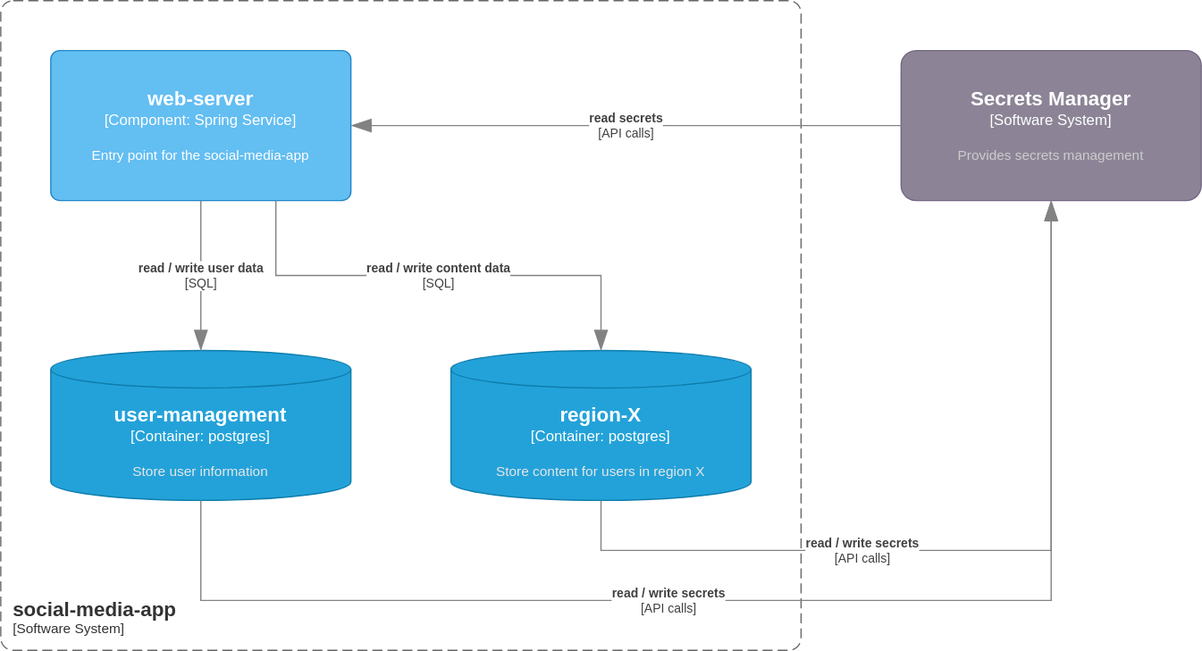
This is docs/diagrams/component-diagram.drawio.svg from andrei-gavrila/DDB, a draw.io export, as it was before one commit. Source tidied: cells renumbered, new cells last; positions are measured from the earlier drawing's top-left corner, leaving out a move shared by most shapes. Its diagram source:
```xml
<mxGraphModel>
  <root>
    <mxCell id="0" />
    <mxCell id="1" parent="0" />
    <object id="2" label="&lt;font style=&quot;font-size: 16px&quot;&gt;&lt;b&gt;&lt;div style=&quot;text-align: left&quot;&gt;%c4Name%&lt;/div&gt;&lt;/b&gt;&lt;/font&gt;&lt;div style=&quot;text-align: left&quot;&gt;[%c4Application%]&lt;/div&gt;" c4Application="Software System" c4Name="social-media-app" c4Type="SystemScopeBoundary" placeholders="1">
      <mxCell style="rounded=1;fontSize=11;whiteSpace=wrap;html=1;dashed=1;arcSize=20;fillColor=none;strokeColor=#666666;fontColor=#333333;labelBackgroundColor=none;align=left;verticalAlign=bottom;labelBorderColor=none;spacingTop=0;spacing=10;dashPattern=8 4;perimeter=rectanglePerimeter;noLabel=0;labelPadding=0;absoluteArcSize=1;" parent="1" vertex="1">
        <mxGeometry width="640" height="520" as="geometry" />
      </mxCell>
    </object>
    <object id="3" label="&lt;font style=&quot;font-size: 16px&quot;&gt;&lt;b&gt;%c4Name%&lt;/b&gt;&lt;/font&gt;&lt;div&gt;[%c4Type%]&lt;/div&gt;&lt;br&gt;&lt;div&gt;&lt;font style=&quot;font-size: 11px&quot;&gt;&lt;font color=&quot;#cccccc&quot;&gt;%c4Description%&lt;/font&gt;&lt;/div&gt;" c4Description="Provides secrets management" c4Name="Secrets Manager" c4Type="Software System" placeholders="1">
      <mxCell style="rounded=1;whiteSpace=wrap;html=1;labelBackgroundColor=none;fillColor=#8C8496;fontColor=#ffffff;align=center;arcSize=10;strokeColor=#736782;points=[[0.25,0,0],[0.5,0,0],[0.75,0,0],[1,0.25,0],[1,0.5,0],[1,0.75,0],[0.75,1,0],[0.5,1,0],[0.25,1,0],[0,0.75,0],[0,0.5,0],[0,0.25,0]];" parent="1" vertex="1">
        <mxGeometry x="720" y="40" width="240" height="120" as="geometry" />
      </mxCell>
    </object>
    <object id="4" label="&lt;font style=&quot;font-size: 16px&quot;&gt;&lt;b&gt;%c4Name%&lt;/b&gt;&lt;/font&gt;&lt;div&gt;[%c4Type%: %c4Technology%]&lt;/div&gt;&lt;br&gt;&lt;div&gt;&lt;font style=&quot;font-size: 11px&quot;&gt;%c4Description%&lt;/font&gt;&lt;/div&gt;" c4Description="Entry point for the social-media-app" c4Name="web-server" c4Technology="Spring Service" c4Type="Component" placeholders="1">
      <mxCell style="rounded=1;whiteSpace=wrap;html=1;labelBackgroundColor=none;fillColor=#63BEF2;fontColor=#ffffff;align=center;arcSize=6;strokeColor=#2086C9;points=[[0.25,0,0],[0.5,0,0],[0.75,0,0],[1,0.25,0],[1,0.5,0],[1,0.75,0],[0.75,1,0],[0.5,1,0],[0.25,1,0],[0,0.75,0],[0,0.5,0],[0,0.25,0]];" parent="1" vertex="1">
        <mxGeometry x="40" y="40" width="240" height="120" as="geometry" />
      </mxCell>
    </object>
    <object id="5" label="&lt;font style=&quot;font-size: 16px&quot;&gt;&lt;b&gt;%c4Name%&lt;/b&gt;&lt;/font&gt;&lt;div&gt;[%c4Type%:&amp;nbsp;%c4Technology%]&lt;/div&gt;&lt;br&gt;&lt;div&gt;&lt;font style=&quot;font-size: 11px&quot;&gt;&lt;font color=&quot;#E6E6E6&quot;&gt;%c4Description%&lt;/font&gt;&lt;/div&gt;" c4Description="Store user information" c4Name="user-management" c4Technology="postgres" c4Type="Container" placeholders="1">
      <mxCell style="shape=cylinder3;size=15;whiteSpace=wrap;html=1;boundedLbl=1;rounded=0;labelBackgroundColor=none;fillColor=#23A2D9;fontSize=12;fontColor=#ffffff;align=center;strokeColor=#0E7DAD;points=[[0.5,0,0],[1,0.25,0],[1,0.5,0],[1,0.75,0],[0.5,1,0],[0,0.75,0],[0,0.5,0],[0,0.25,0]];" parent="1" vertex="1">
        <mxGeometry x="40" y="280" width="240" height="120" as="geometry" />
      </mxCell>
    </object>
    <object id="6" label="&lt;font style=&quot;font-size: 16px&quot;&gt;&lt;b&gt;%c4Name%&lt;/b&gt;&lt;/font&gt;&lt;div&gt;[%c4Type%:&amp;nbsp;%c4Technology%]&lt;/div&gt;&lt;br&gt;&lt;div&gt;&lt;font style=&quot;font-size: 11px&quot;&gt;&lt;font color=&quot;#E6E6E6&quot;&gt;%c4Description%&lt;/font&gt;&lt;/div&gt;" c4Description="Store content for users in region X" c4Name="region-X" c4Technology="postgres" c4Type="Container" placeholders="1">
      <mxCell style="shape=cylinder3;size=15;whiteSpace=wrap;html=1;boundedLbl=1;rounded=0;labelBackgroundColor=none;fillColor=#23A2D9;fontSize=12;fontColor=#ffffff;align=center;strokeColor=#0E7DAD;points=[[0.5,0,0],[1,0.25,0],[1,0.5,0],[1,0.75,0],[0.5,1,0],[0,0.75,0],[0,0.5,0],[0,0.25,0]];" parent="1" vertex="1">
        <mxGeometry x="360" y="280" width="240" height="120" as="geometry" />
      </mxCell>
    </object>
    <object id="7" label="&lt;div style=&quot;text-align: left&quot;&gt;&lt;div style=&quot;text-align: center&quot;&gt;&lt;b&gt;%c4Description%&lt;/b&gt;&lt;/div&gt;&lt;div style=&quot;text-align: center&quot;&gt;[%c4Technology%]&lt;/div&gt;&lt;/div&gt;" c4Description="read secrets" c4Technology="API calls" c4Type="Relationship" placeholders="1">
      <mxCell style="endArrow=blockThin;html=1;fontSize=10;fontColor=#404040;strokeWidth=1;endFill=1;strokeColor=#828282;elbow=vertical;endSize=14;startSize=14;jumpStyle=arc;jumpSize=16;rounded=0;edgeStyle=orthogonalEdgeStyle;exitX=0;exitY=0.5;exitDx=0;exitDy=0;exitPerimeter=0;entryX=1;entryY=0.5;entryDx=0;entryDy=0;entryPerimeter=0;" parent="1" edge="1" source="3" target="4">
        <mxGeometry relative="1" as="geometry" />
      </mxCell>
    </object>
    <object id="8" label="&lt;div style=&quot;text-align: left&quot;&gt;&lt;div style=&quot;text-align: center&quot;&gt;&lt;b&gt;%c4Description%&lt;/b&gt;&lt;/div&gt;&lt;div style=&quot;text-align: center&quot;&gt;[%c4Technology%]&lt;/div&gt;&lt;/div&gt;" c4Description="read / write secrets" c4Technology="API calls" c4Type="Relationship" placeholders="1">
      <mxCell style="endArrow=blockThin;html=1;fontSize=10;fontColor=#404040;strokeWidth=1;endFill=1;strokeColor=#828282;elbow=vertical;endSize=14;startSize=14;jumpStyle=arc;jumpSize=16;rounded=0;edgeStyle=orthogonalEdgeStyle;exitX=0.5;exitY=1;exitDx=0;exitDy=0;exitPerimeter=0;entryX=0.5;entryY=1;entryDx=0;entryDy=0;entryPerimeter=0;" parent="1" edge="1" source="5" target="3">
        <mxGeometry x="-0.16" relative="1" as="geometry">
          <Array as="points">
            <mxPoint x="160" y="400" />
            <mxPoint x="160" y="480" />
            <mxPoint x="840" y="480" />
          </Array>
        </mxGeometry>
      </mxCell>
    </object>
    <object id="9" label="&lt;div style=&quot;text-align: left&quot;&gt;&lt;div style=&quot;text-align: center&quot;&gt;&lt;b&gt;%c4Description%&lt;/b&gt;&lt;/div&gt;&lt;div style=&quot;text-align: center&quot;&gt;[%c4Technology%]&lt;/div&gt;&lt;/div&gt;" c4Description="read / write secrets" c4Technology="API calls" c4Type="Relationship" placeholders="1">
      <mxCell style="endArrow=blockThin;html=1;fontSize=10;fontColor=#404040;strokeWidth=1;endFill=1;strokeColor=#828282;elbow=vertical;endSize=14;startSize=14;jumpStyle=arc;jumpSize=16;rounded=0;edgeStyle=orthogonalEdgeStyle;exitX=0.5;exitY=1;exitDx=0;exitDy=0;exitPerimeter=0;entryX=0.5;entryY=1;entryDx=0;entryDy=0;entryPerimeter=0;" parent="1" edge="1" source="6" target="3">
        <mxGeometry x="-0.27" relative="1" as="geometry">
          <Array as="points">
            <mxPoint x="480" y="400" />
            <mxPoint x="480" y="440" />
            <mxPoint x="840" y="440" />
          </Array>
        </mxGeometry>
      </mxCell>
    </object>
    <object id="10" label="&lt;div style=&quot;text-align: left&quot;&gt;&lt;div style=&quot;text-align: center&quot;&gt;&lt;b&gt;%c4Description%&lt;/b&gt;&lt;/div&gt;&lt;div style=&quot;text-align: center&quot;&gt;[%c4Technology%]&lt;/div&gt;&lt;/div&gt;" c4Description="read / write user data" c4Technology="SQL" c4Type="Relationship" placeholders="1">
      <mxCell style="endArrow=blockThin;html=1;fontSize=10;fontColor=#404040;strokeWidth=1;endFill=1;strokeColor=#828282;elbow=vertical;endSize=14;startSize=14;jumpStyle=arc;jumpSize=16;rounded=0;edgeStyle=orthogonalEdgeStyle;exitX=0.5;exitY=1;exitDx=0;exitDy=0;exitPerimeter=0;" parent="1" edge="1" source="4">
        <mxGeometry relative="1" as="geometry">
          <mxPoint x="160" y="280" as="targetPoint" />
        </mxGeometry>
      </mxCell>
    </object>
    <object id="11" label="&lt;div style=&quot;text-align: left&quot;&gt;&lt;div style=&quot;text-align: center&quot;&gt;&lt;b&gt;%c4Description%&lt;/b&gt;&lt;/div&gt;&lt;div style=&quot;text-align: center&quot;&gt;[%c4Technology%]&lt;/div&gt;&lt;/div&gt;" c4Description="read / write content data" c4Technology="SQL" c4Type="Relationship" placeholders="1">
      <mxCell style="endArrow=blockThin;html=1;fontSize=10;fontColor=#404040;strokeWidth=1;endFill=1;strokeColor=#828282;elbow=vertical;endSize=14;startSize=14;jumpStyle=arc;jumpSize=16;rounded=0;edgeStyle=orthogonalEdgeStyle;exitX=0.75;exitY=1;exitDx=0;exitDy=0;exitPerimeter=0;entryX=0.5;entryY=0;entryDx=0;entryDy=0;entryPerimeter=0;" parent="1" edge="1" source="4" target="6">
        <mxGeometry relative="1" as="geometry" />
      </mxCell>
    </object>
  </root>
</mxGraphModel>
```
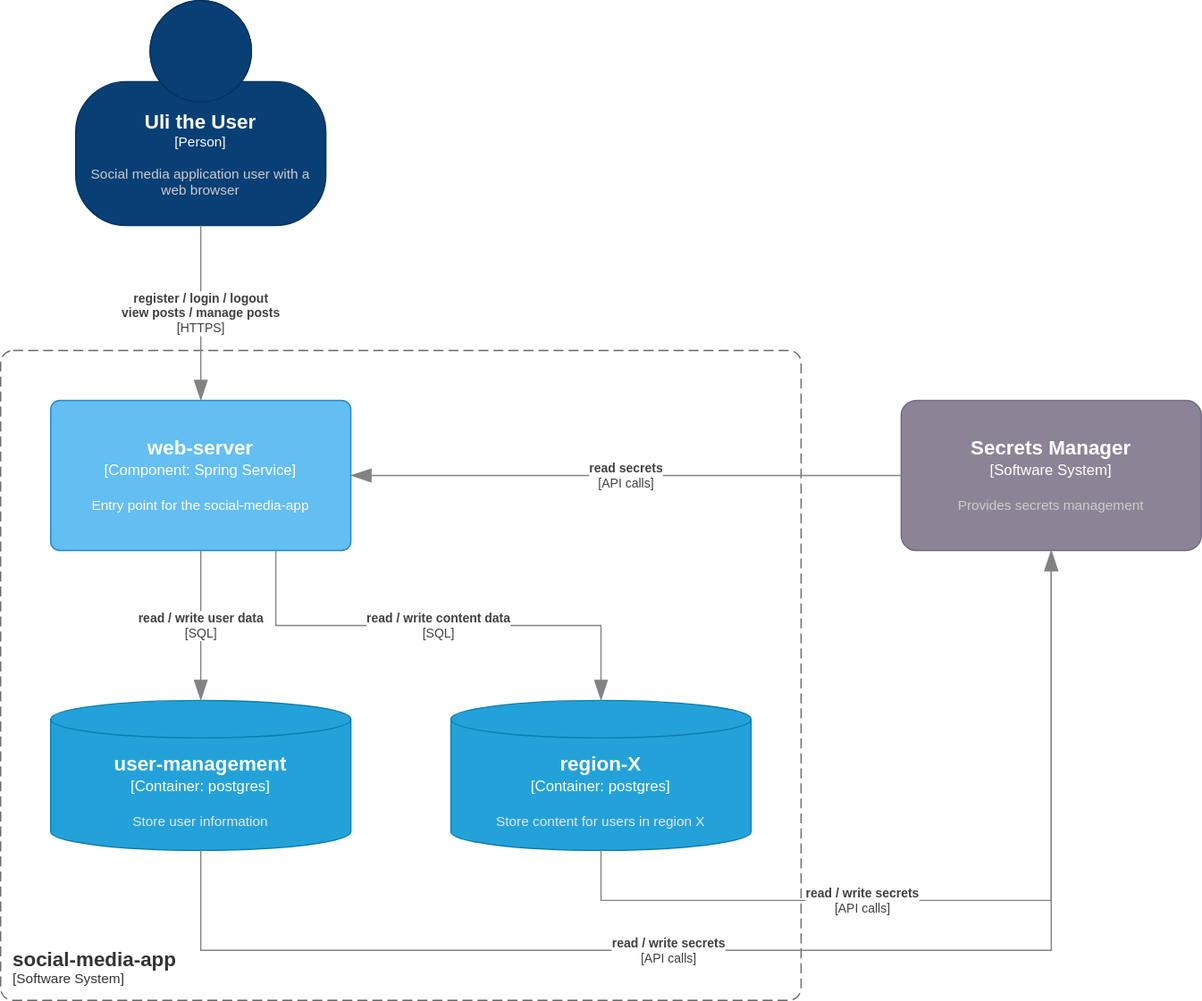
Above is the later version.

Commit message:
chore: update component diagram

Diff of the diagram source:
```diff
@@ -66,5 +66,20 @@
         <mxGeometry relative="1" as="geometry" />
       </mxCell>
     </object>
+    <object id="12" label="&lt;font style=&quot;font-size: 16px&quot;&gt;&lt;b&gt;%c4Name%&lt;/b&gt;&lt;/font&gt;&lt;div&gt;[%c4Type%]&lt;/div&gt;&lt;br&gt;&lt;div&gt;&lt;font style=&quot;font-size: 11px&quot;&gt;&lt;font color=&quot;#cccccc&quot;&gt;%c4Description%&lt;/font&gt;&lt;/div&gt;" c4Description="Social media application user with a web browser" c4Name="Uli the User" c4Type="Person" placeholders="1">
+      <mxCell style="html=1;fontSize=11;dashed=0;whiteSpace=wrap;fillColor=#083F75;strokeColor=#06315C;fontColor=#ffffff;shape=mxgraph.c4.person2;align=center;points=[[0.5,0,0],[1,0.5,0],[1,0.75,0],[0.75,1,0],[0.5,1,0],[0.25,1,0],[0,0.75,0],[0,0.5,0]];" parent="1" vertex="1">
+        <mxGeometry x="60" y="-280" width="200" height="180" as="geometry" />
+      </mxCell>
+    </object>
+    <object id="13" label="&lt;div style=&quot;text-align: left&quot;&gt;&lt;div style=&quot;text-align: center&quot;&gt;&lt;b&gt;%c4Description%&lt;/b&gt;&lt;/div&gt;&lt;div style=&quot;text-align: center&quot;&gt;[%c4Technology%]&lt;/div&gt;&lt;/div&gt;" c4Description="register / login / logout&#10;view posts / manage posts" c4Technology="HTTPS" c4Type="Relationship" placeholders="1">
+      <mxCell style="endArrow=blockThin;html=1;fontSize=10;fontColor=#404040;strokeWidth=1;endFill=1;strokeColor=#828282;elbow=vertical;endSize=14;startSize=14;jumpStyle=arc;jumpSize=16;rounded=0;edgeStyle=orthogonalEdgeStyle;exitX=0.5;exitY=1;exitDx=0;exitDy=0;exitPerimeter=0;entryX=0.5;entryY=0;entryDx=0;entryDy=0;entryPerimeter=0;" parent="1" edge="1" source="12" target="4">
+        <mxGeometry relative="1" as="geometry">
+          <Array as="points">
+            <mxPoint x="160" y="-50" />
+            <mxPoint x="160" y="-50" />
+          </Array>
+        </mxGeometry>
+      </mxCell>
+    </object>
   </root>
 </mxGraphModel>
```
